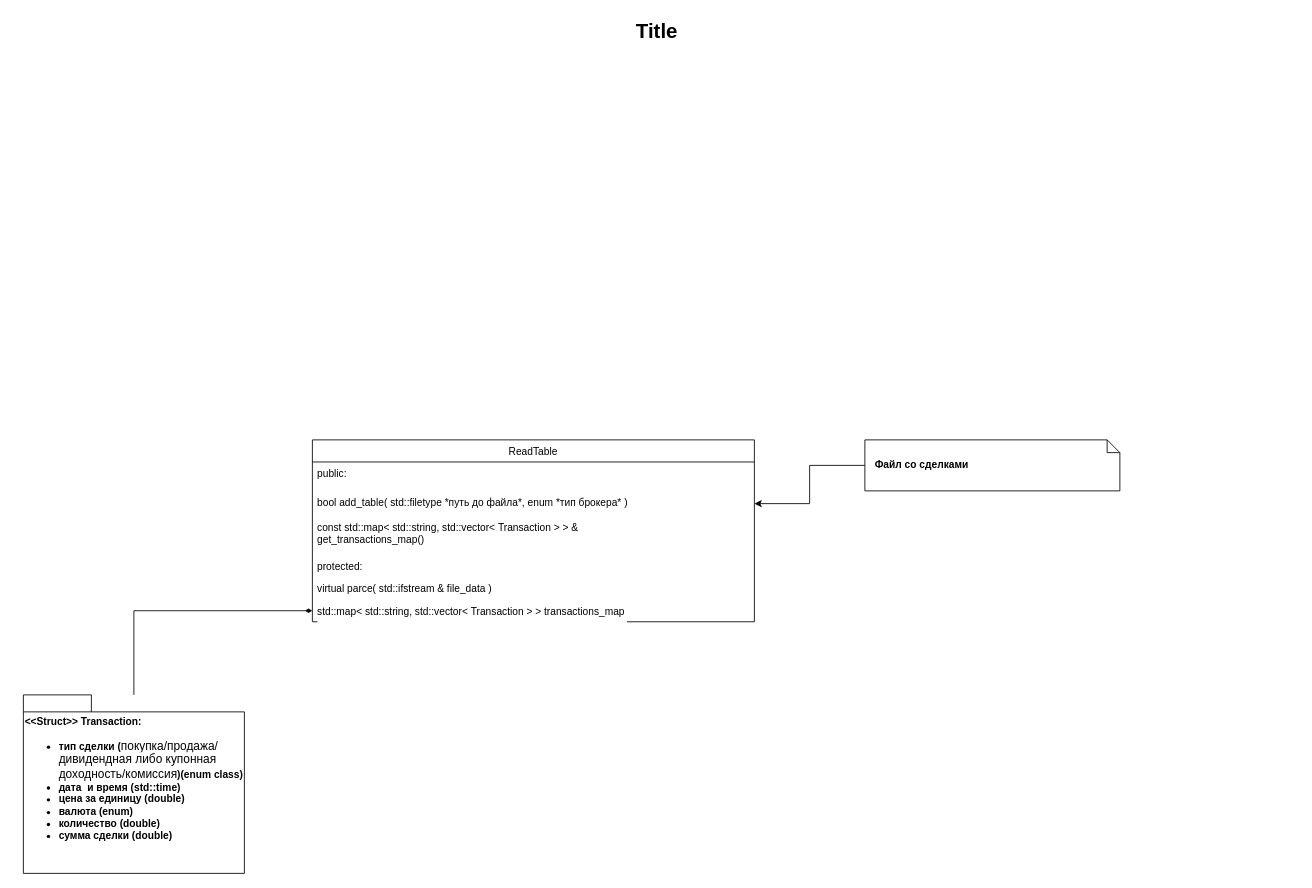
Earlier version of the draw.io diagram docs/Untitled Diagram.drawio (SozonovAA/ISP). Source tidied: cells renumbered, new cells numbered last; positions are measured from the earlier drawing's top-left corner, leaving out a move shared by most shapes. Both pictures are drawn from the tidied source at 85%, with x=0, y=0 at pixel (14, 14).
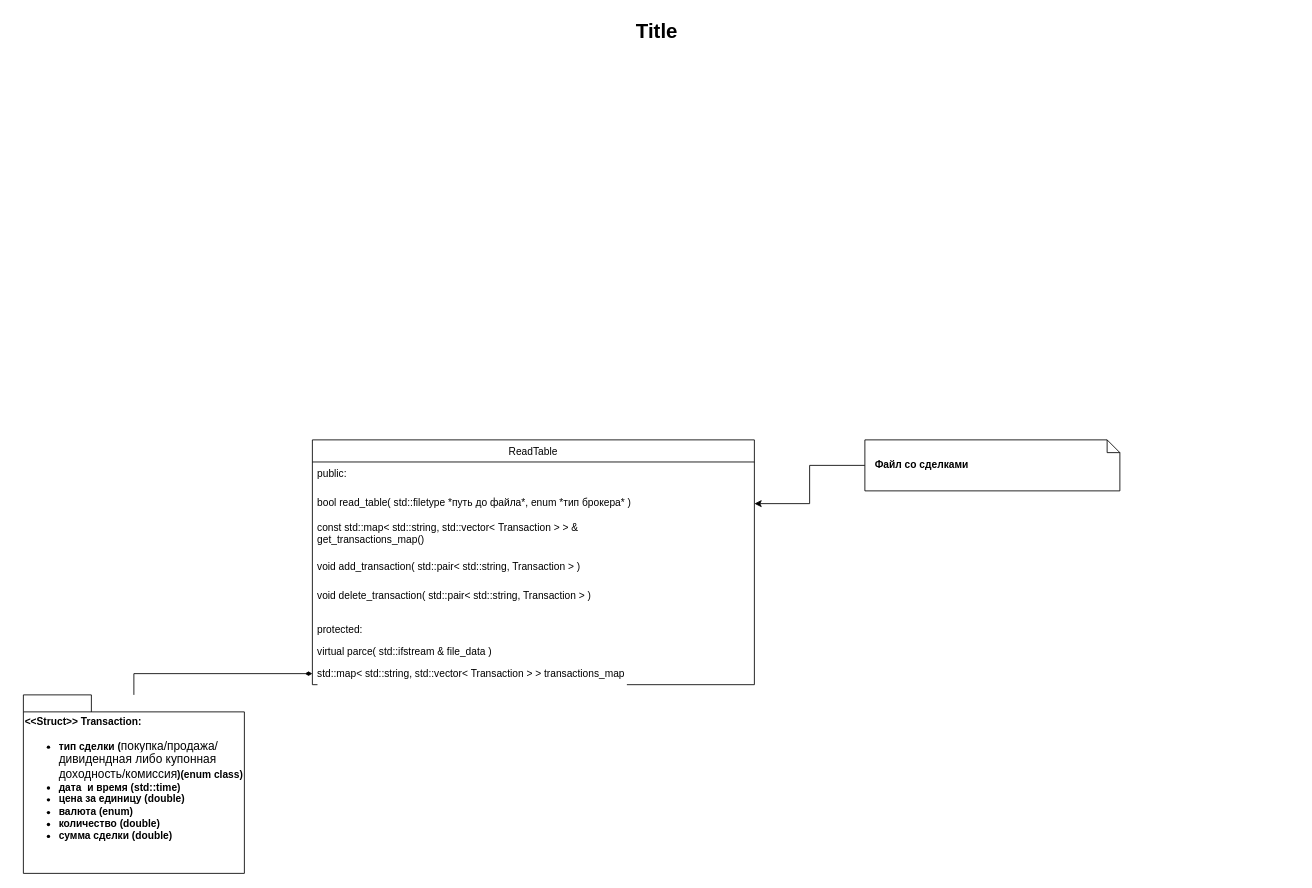
The same page after the edit.

Commit message:
feat: added method into UML  graph

Change to the diagram source:
```diff
@@
 <mxGraphModel>
   <root>
     <mxCell id="0" />
     <mxCell id="1" parent="0" />
     <mxCell id="2" style="edgeStyle=orthogonalEdgeStyle;rounded=0;jettySize=auto;html=1;entryX=0;entryY=0.5;entryDx=0;entryDy=0;fontColor=#000000;endArrow=diamondThin;endFill=1;" parent="1" edge="1" source="3" target="13">
       <mxGeometry relative="1" as="geometry" />
     </mxCell>
     <mxCell id="3" value="&amp;lt;&amp;lt;Struct&amp;gt;&amp;gt; Transaction:&lt;br&gt;&lt;ul&gt;&lt;li&gt;тип сделки (&lt;span style=&quot;font-size: 14px ; font-weight: 400 ; background-color: rgb(255 , 255 , 255)&quot;&gt;покупка/продажа/дивидендная либо купонная доходность/&lt;/span&gt;&lt;span style=&quot;font-size: 14px ; font-weight: 400&quot;&gt;комиссия&lt;/span&gt;)(enum class)&lt;/li&gt;&lt;li&gt;дата&amp;nbsp; и время (std::time)&lt;/li&gt;&lt;li&gt;цена за единицу (double)&lt;/li&gt;&lt;li&gt;валюта (enum)&lt;/li&gt;&lt;li&gt;количество (double)&lt;/li&gt;&lt;li&gt;сумма сделки (double)&lt;/li&gt;&lt;/ul&gt;" style="shape=folder;tabWidth=80;tabHeight=20;tabPosition=left;strokeWidth=1;html=1;whiteSpace=wrap;align=left;fontSize=12;fontStyle=1;" parent="1" vertex="1">
       <mxGeometry x="10" y="800" width="260" height="210" as="geometry" />
     </mxCell>
     <mxCell id="4" style="edgeStyle=orthogonalEdgeStyle;rounded=0;jettySize=auto;html=1;entryX=1;entryY=0.5;entryDx=0;entryDy=0;fontColor=#000000;" parent="1" edge="1" source="5" target="9">
       <mxGeometry relative="1" as="geometry" />
     </mxCell>
     <mxCell id="5" value="&lt;b&gt;&lt;br&gt;Файл со сделками&lt;br&gt;&lt;br&gt;&lt;/b&gt;" style="shape=note;size=15;align=left;spacingLeft=10;html=1;whiteSpace=wrap;strokeColor=#000000;strokeWidth=1;fillColor=#ffffff;fontSize=12;" parent="1" vertex="1">
       <mxGeometry x="1000" y="500" width="300" height="60" as="geometry" />
     </mxCell>
     <mxCell id="6" value="Title" style="text;strokeColor=none;fillColor=none;html=1;fontSize=24;fontStyle=1;verticalAlign=middle;align=center;" parent="1" vertex="1">
       <mxGeometry width="1510" height="40" as="geometry" />
     </mxCell>
     <mxCell id="7" value="ReadTable" style="swimlane;fontStyle=0;horizontal=1;startSize=26;fillColor=none;shadow=0;labelBackgroundColor=#FFFFFF;fontColor=#000000;" parent="1" vertex="1">
-      <mxGeometry x="350" y="500" width="520" height="214" as="geometry" />
+      <mxGeometry x="350" y="500" width="520" height="288" as="geometry" />
     </mxCell>
     <mxCell id="8" value="public:" style="text;strokeColor=none;fillColor=none;align=left;verticalAlign=top;spacingLeft=4;spacingRight=4;overflow=hidden;shadow=0;labelBackgroundColor=#FFFFFF;fontColor=#000000;" parent="7" vertex="1">
       <mxGeometry y="26" width="520" height="34" as="geometry" />
     </mxCell>
-    <mxCell id="9" value="bool add_table( std::filetype *путь до файла*, enum *тип брокера* )" style="text;strokeColor=none;fillColor=none;align=left;verticalAlign=top;spacingLeft=4;spacingRight=4;overflow=hidden;points=[[0,0.5],[1,0.5]];portConstraint=eastwest;shadow=0;labelBackgroundColor=#FFFFFF;fontColor=#000000;" parent="7" vertex="1">
+    <mxCell id="9" value="bool read_table( std::filetype *путь до файла*, enum *тип брокера* )" style="text;strokeColor=none;fillColor=none;align=left;verticalAlign=top;spacingLeft=4;spacingRight=4;overflow=hidden;points=[[0,0.5],[1,0.5]];portConstraint=eastwest;shadow=0;labelBackgroundColor=#FFFFFF;fontColor=#000000;" parent="7" vertex="1">
       <mxGeometry y="60" width="520" height="30" as="geometry" />
     </mxCell>
+    <mxCell id="14" value="const std::map&lt; std::string, std::vector&lt; Transaction &gt; &gt; &amp;&#10;get_transactions_map()" style="text;strokeColor=none;fillColor=none;align=left;verticalAlign=top;spacingLeft=4;spacingRight=4;overflow=hidden;shadow=0;labelBackgroundColor=#FFFFFF;fontColor=#000000;" parent="7" vertex="1">
+      <mxGeometry y="90" width="520" height="46" as="geometry" />
+    </mxCell>
+    <mxCell id="15" value="void add_transaction( std::pair&lt; std::string, Transaction &gt; )" style="text;strokeColor=none;fillColor=none;align=left;verticalAlign=top;spacingLeft=4;spacingRight=4;overflow=hidden;shadow=0;labelBackgroundColor=#FFFFFF;fontColor=#000000;" parent="7" vertex="1">
+      <mxGeometry y="136" width="520" height="34" as="geometry" />
+    </mxCell>
-    <mxCell id="10" value="const std::map&lt; std::string, std::vector&lt; Transaction &gt; &gt; &amp;&#10;get_transactions_map()" style="text;strokeColor=none;fillColor=none;align=left;verticalAlign=top;spacingLeft=4;spacingRight=4;overflow=hidden;shadow=0;labelBackgroundColor=#FFFFFF;fontColor=#000000;" parent="7" vertex="1">
-      <mxGeometry y="90" width="520" height="46" as="geometry" />
+    <mxCell id="10" value="void delete_transaction( std::pair&lt; std::string, Transaction &gt; )" style="text;strokeColor=none;fillColor=none;align=left;verticalAlign=top;spacingLeft=4;spacingRight=4;overflow=hidden;shadow=0;labelBackgroundColor=#FFFFFF;fontColor=#000000;" parent="7" vertex="1">
+      <mxGeometry y="170" width="520" height="40" as="geometry" />
     </mxCell>
     <mxCell id="11" value="protected:" style="text;strokeColor=none;fillColor=none;align=left;verticalAlign=top;spacingLeft=4;spacingRight=4;overflow=hidden;shadow=0;labelBackgroundColor=#FFFFFF;fontColor=#000000;" parent="7" vertex="1">
-      <mxGeometry y="136" width="520" height="26" as="geometry" />
+      <mxGeometry y="210" width="520" height="26" as="geometry" />
     </mxCell>
     <mxCell id="12" value="virtual parce( std::ifstream &amp; file_data )" style="text;strokeColor=none;fillColor=none;align=left;verticalAlign=top;spacingLeft=4;spacingRight=4;overflow=hidden;shadow=0;labelBackgroundColor=#FFFFFF;fontColor=#000000;" parent="7" vertex="1">
-      <mxGeometry y="162" width="520" height="26" as="geometry" />
+      <mxGeometry y="236" width="520" height="26" as="geometry" />
     </mxCell>
     <mxCell id="13" value="std::map&lt; std::string, std::vector&lt; Transaction &gt; &gt; transactions_map&#10; " style="text;strokeColor=none;fillColor=none;align=left;verticalAlign=top;spacingLeft=4;spacingRight=4;overflow=hidden;points=[[0,0.5],[1,0.5]];portConstraint=eastwest;shadow=0;labelBackgroundColor=#FFFFFF;fontColor=#000000;" parent="7" vertex="1">
-      <mxGeometry y="188" width="520" height="26" as="geometry" />
+      <mxGeometry y="262" width="520" height="26" as="geometry" />
     </mxCell>
   </root>
 </mxGraphModel>
```
